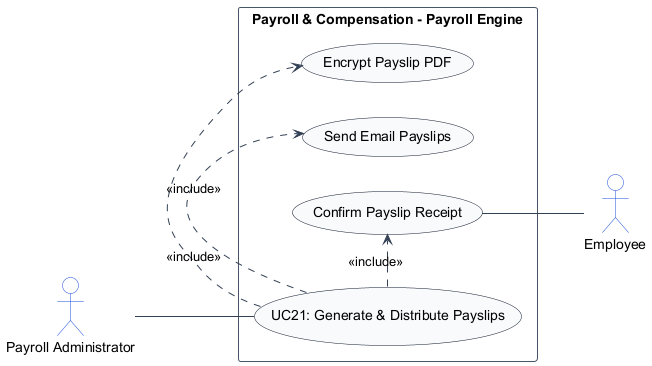
Earlier version of the PlantUML export usecase_images/module_03_payroll_compensation/UC21.png (TamBui1706/HRPlatform).
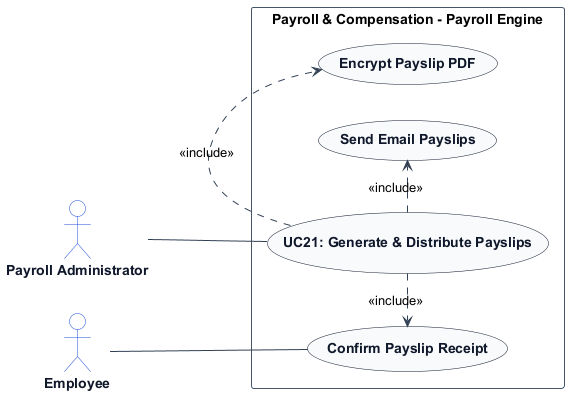
The same diagram one commit later.

The edit, as a diff of the source:
```diff
@@ -7,8 +7,14 @@
 skinparam ArrowColor #334155
 skinparam ActorBorderColor #1d4ed8
 skinparam ActorBackgroundColor #ffffff
+skinparam ActorFontColor #0f172a
+skinparam ActorFontStyle bold
+
 skinparam UsecaseBorderColor #0f172a
 skinparam UsecaseBackgroundColor #f8fafc
+skinparam UsecaseFontColor #0f172a
+skinparam UsecaseFontStyle bold
+
 skinparam RectangleBorderColor #475569
 skinparam RectangleBackgroundColor #ffffff
 
@@ -22,9 +28,9 @@
     usecase "Confirm Payslip Receipt" as UC_ConfirmRec
 
     PayrollAdministrator -- UC_Main
+    Employee -- UC_ConfirmRec
     UC_Main .> UC_EncryptPdf : <<include>>
     UC_Main .> UC_SendMail : <<include>>
     UC_Main .> UC_ConfirmRec : <<include>>
-    UC_ConfirmRec -- Employee
 }
 @enduml
```
